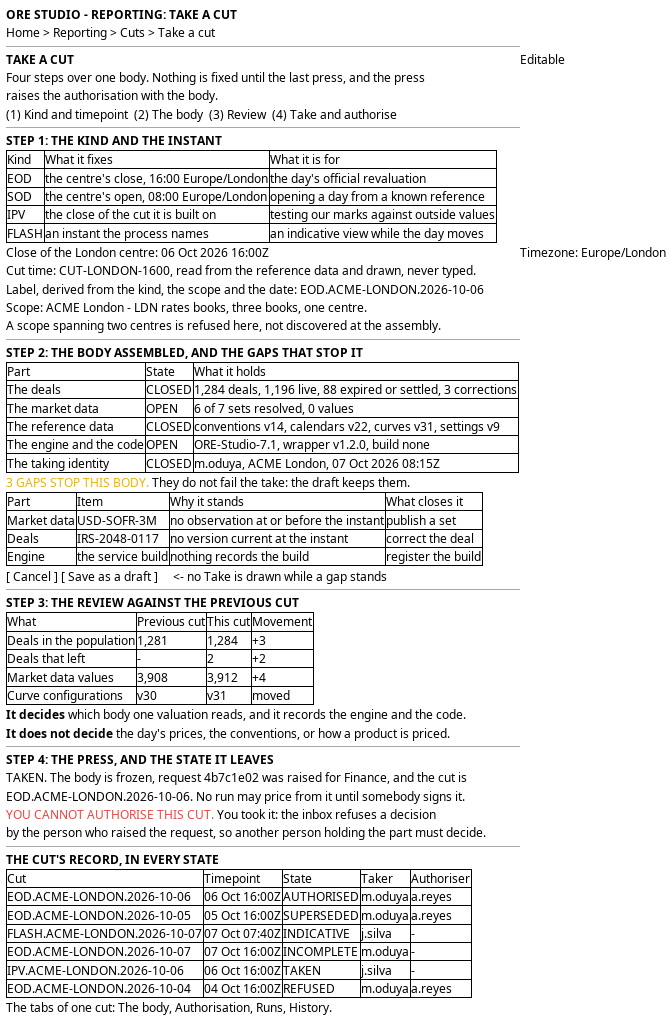
The PlantUML diagram doc/knowledge/journeys/cuts/wireframe_take_a_cut.png in OreStudio/OreStudio, before a commit. Its source is kept beside it as doc/knowledge/journeys/cuts/wireframe_take_a_cut.puml.
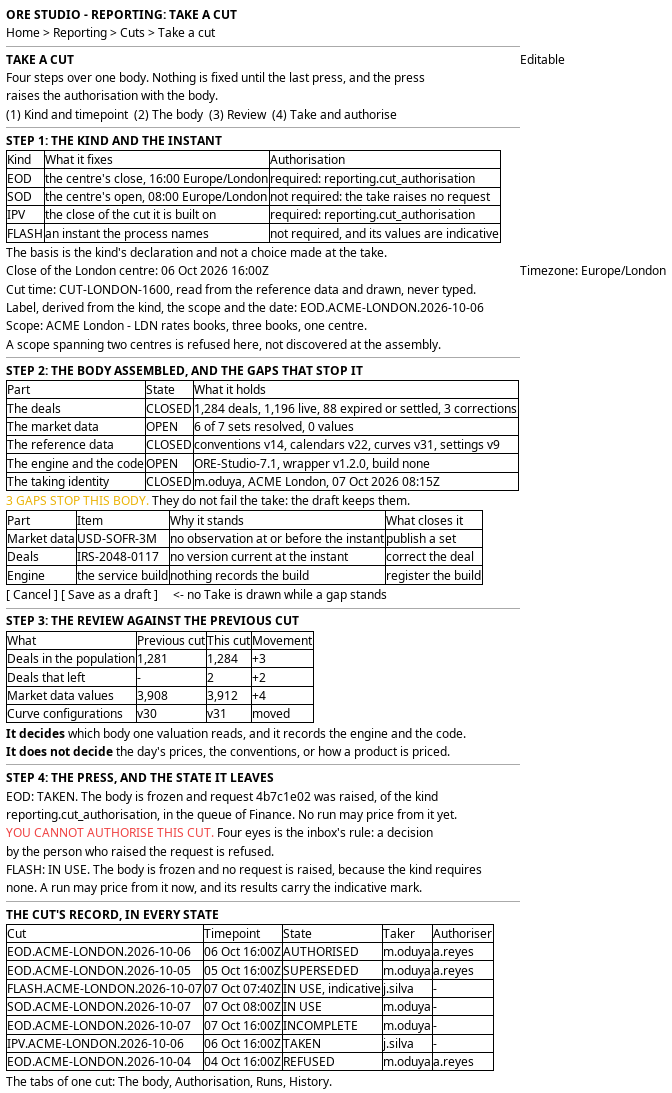
Later version of the same file.

Change to the diagram source:
```diff
@@ -12,12 +12,13 @@
   --
   <b>STEP 1: THE KIND AND THE INSTANT</b>
   {#
-    Kind | What it fixes | What it is for
-    EOD | the centre's close, 16:00 Europe/London | the day's official revaluation
-    SOD | the centre's open, 08:00 Europe/London | opening a day from a known reference
-    IPV | the close of the cut it is built on | testing our marks against outside values
-    FLASH | an instant the process names | an indicative view while the day moves
+    Kind | What it fixes | Authorisation
+    EOD | the centre's close, 16:00 Europe/London | required: reporting.cut_authorisation
+    SOD | the centre's open, 08:00 Europe/London | not required: the take raises no request
+    IPV | the close of the cut it is built on | required: reporting.cut_authorisation
+    FLASH | an instant the process names | not required, and its values are indicative
   }
+  The basis is the kind's declaration and not a choice made at the take.
   Close of the London centre: 06 Oct 2026 16:00Z | Timezone: Europe/London
   Cut time: CUT-LONDON-1600, read from the reference data and drawn, never typed.
   Label, derived from the kind, the scope and the date: EOD.ACME-LONDON.2026-10-06
@@ -54,17 +55,20 @@
   <b>It does not decide</b> the day's prices, the conventions, or how a product is priced.
   --
   <b>STEP 4: THE PRESS, AND THE STATE IT LEAVES</b>
-  TAKEN. The body is frozen, request 4b7c1e02 was raised for Finance, and the cut is
-  EOD.ACME-LONDON.2026-10-06. No run may price from it until somebody signs it.
-  <color:#ef4444>YOU CANNOT AUTHORISE THIS CUT.</color> You took it: the inbox refuses a decision
-  by the person who raised the request, so another person holding the part must decide.
+  EOD: TAKEN. The body is frozen and request 4b7c1e02 was raised, of the kind
+  reporting.cut_authorisation, in the queue of Finance. No run may price from it yet.
+  <color:#ef4444>YOU CANNOT AUTHORISE THIS CUT.</color> Four eyes is the inbox's rule: a decision
+  by the person who raised the request is refused.
+  FLASH: IN USE. The body is frozen and no request is raised, because the kind requires
+  none. A run may price from it now, and its results carry the indicative mark.
   --
   <b>THE CUT'S RECORD, IN EVERY STATE</b>
   {#
     Cut | Timepoint | State | Taker | Authoriser
     EOD.ACME-LONDON.2026-10-06 | 06 Oct 16:00Z | AUTHORISED | m.oduya | a.reyes
     EOD.ACME-LONDON.2026-10-05 | 05 Oct 16:00Z | SUPERSEDED | m.oduya | a.reyes
-    FLASH.ACME-LONDON.2026-10-07 | 07 Oct 07:40Z | INDICATIVE | j.silva | -
+    FLASH.ACME-LONDON.2026-10-07 | 07 Oct 07:40Z | IN USE, indicative | j.silva | -
+    SOD.ACME-LONDON.2026-10-07 | 07 Oct 08:00Z | IN USE | m.oduya | -
     EOD.ACME-LONDON.2026-10-07 | 07 Oct 16:00Z | INCOMPLETE | m.oduya | -
     IPV.ACME-LONDON.2026-10-06 | 06 Oct 16:00Z | TAKEN | j.silva | -
     EOD.ACME-LONDON.2026-10-04 | 04 Oct 16:00Z | REFUSED | m.oduya | a.reyes
```
